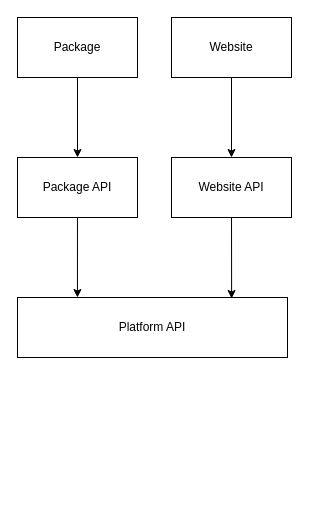
Above: docs/diagrams/high-level-infrastructure.drawio in jacobmeredith/feedback (draw.io), before the change. Source tidied: cells renumbered, new cells numbered last; positions are measured from the earlier drawing's top-left corner, leaving out a move shared by most shapes. Both pictures are drawn from the tidied source at 100%, with x=0, y=0 at pixel (17, 17).
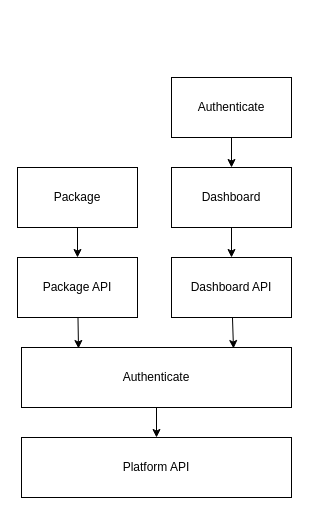
The same page after the edit.

What changed in the source:
```diff
@@
 <mxGraphModel>
   <root>
     <mxCell id="0" />
     <mxCell id="1" parent="0" />
     <mxCell id="2" style="edgeStyle=none;html=1;" parent="1" edge="1" source="3" target="5">
       <mxGeometry relative="1" as="geometry" />
     </mxCell>
-    <mxCell id="3" value="Website&lt;br&gt;" style="rounded=0;whiteSpace=wrap;html=1;" parent="1" vertex="1">
-      <mxGeometry x="154" width="120" height="60" as="geometry" />
+    <mxCell id="3" value="Dashboard" style="rounded=0;whiteSpace=wrap;html=1;" parent="1" vertex="1">
+      <mxGeometry x="154" y="150" width="120" height="60" as="geometry" />
     </mxCell>
-    <mxCell id="4" style="edgeStyle=none;html=1;entryX=0.793;entryY=0.017;entryDx=0;entryDy=0;entryPerimeter=0;" parent="1" edge="1" source="5" target="6">
-      <mxGeometry relative="1" as="geometry" />
-    </mxCell>
+    <mxCell id="11" style="edgeStyle=none;html=1;" parent="1" edge="1" source="5">
+      <mxGeometry relative="1" as="geometry">
+        <mxPoint x="216" y="331" as="targetPoint" />
+      </mxGeometry>
+    </mxCell>
-    <mxCell id="5" value="Website API" style="rounded=0;whiteSpace=wrap;html=1;" parent="1" vertex="1">
-      <mxGeometry x="154" y="140" width="120" height="60" as="geometry" />
+    <mxCell id="5" value="Dashboard API" style="rounded=0;whiteSpace=wrap;html=1;" parent="1" vertex="1">
+      <mxGeometry x="154" y="240" width="120" height="60" as="geometry" />
     </mxCell>
     <mxCell id="6" value="Platform API" style="rounded=0;whiteSpace=wrap;html=1;" parent="1" vertex="1">
-      <mxGeometry y="280" width="270" height="60" as="geometry" />
+      <mxGeometry x="4" y="420" width="270" height="60" as="geometry" />
     </mxCell>
     <mxCell id="7" style="edgeStyle=none;html=1;" parent="1" edge="1" source="8" target="10">
       <mxGeometry relative="1" as="geometry" />
     </mxCell>
     <mxCell id="8" value="Package" style="rounded=0;whiteSpace=wrap;html=1;" parent="1" vertex="1">
-      <mxGeometry width="120" height="60" as="geometry" />
+      <mxGeometry y="150" width="120" height="60" as="geometry" />
     </mxCell>
-    <mxCell id="9" style="edgeStyle=none;html=1;entryX=0.222;entryY=0;entryDx=0;entryDy=0;entryPerimeter=0;" parent="1" edge="1" source="10" target="6">
-      <mxGeometry relative="1" as="geometry" />
-    </mxCell>
+    <mxCell id="12" style="edgeStyle=none;html=1;" parent="1" edge="1" source="10">
+      <mxGeometry relative="1" as="geometry">
+        <mxPoint x="61" y="331" as="targetPoint" />
+      </mxGeometry>
+    </mxCell>
     <mxCell id="10" value="Package API" style="rounded=0;whiteSpace=wrap;html=1;" parent="1" vertex="1">
-      <mxGeometry y="140" width="120" height="60" as="geometry" />
+      <mxGeometry y="240" width="120" height="60" as="geometry" />
     </mxCell>
+    <mxCell id="13" style="edgeStyle=none;html=1;" parent="1" edge="1" source="14" target="3">
+      <mxGeometry relative="1" as="geometry" />
+    </mxCell>
+    <mxCell id="14" value="Authenticate" style="rounded=0;whiteSpace=wrap;html=1;" parent="1" vertex="1">
+      <mxGeometry x="154" y="60" width="120" height="60" as="geometry" />
+    </mxCell>
+    <mxCell id="15" style="edgeStyle=none;html=1;" parent="1" edge="1" source="16" target="6">
+      <mxGeometry relative="1" as="geometry" />
+    </mxCell>
+    <mxCell id="16" value="Authenticate" style="rounded=0;whiteSpace=wrap;html=1;" parent="1" vertex="1">
+      <mxGeometry x="4" y="330" width="270" height="60" as="geometry" />
+    </mxCell>
   </root>
 </mxGraphModel>
```
